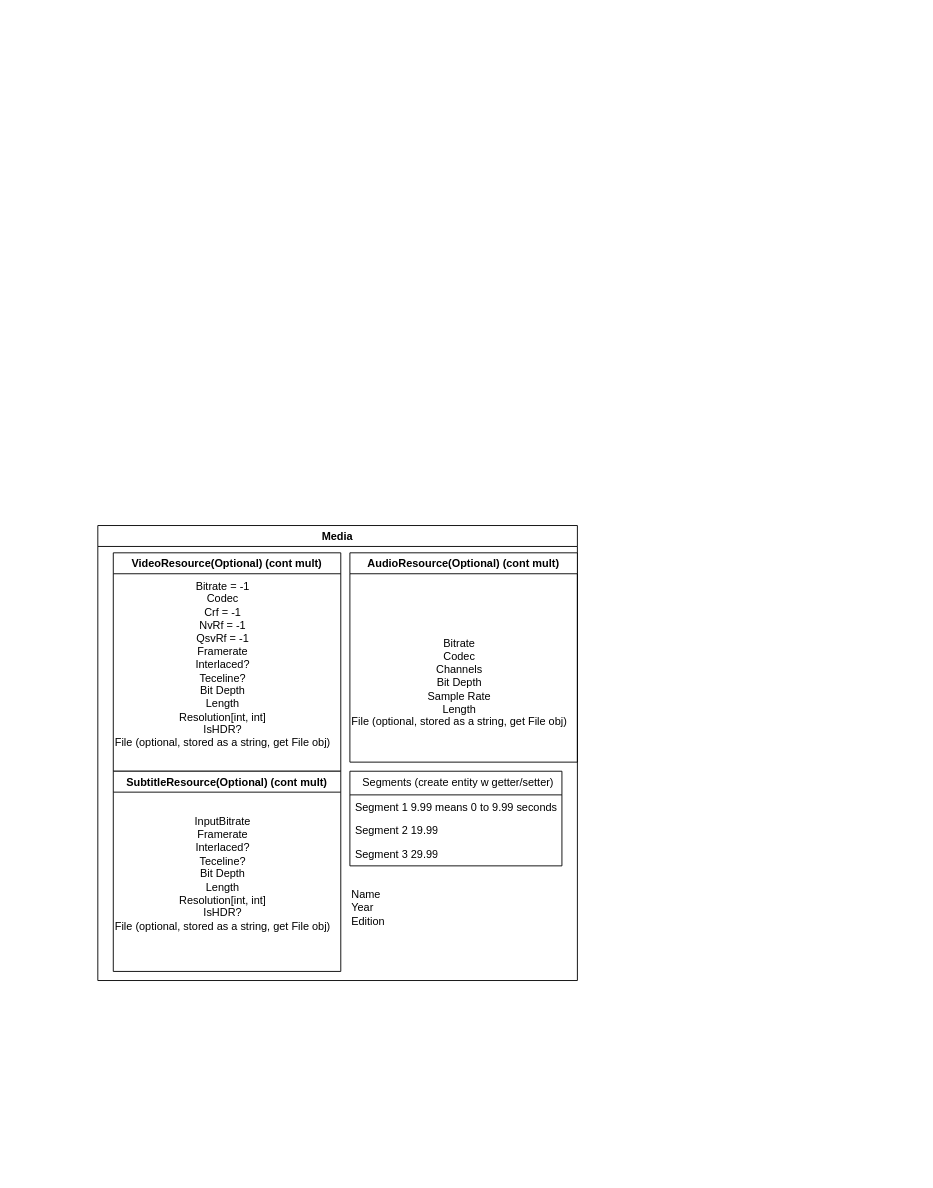
RandomPerson495721/jellyfin-library-manager keeps this draw.io diagram as docs/JPA_Object_Refactor.drawio. Above is the earlier version. Source tidied: cells renumbered, new cells numbered last; positions are measured from the earlier drawing's top-left corner, leaving out a move shared by most shapes. Both pictures are drawn from the tidied source at 91%, with x=0, y=0 at pixel (97, 525).
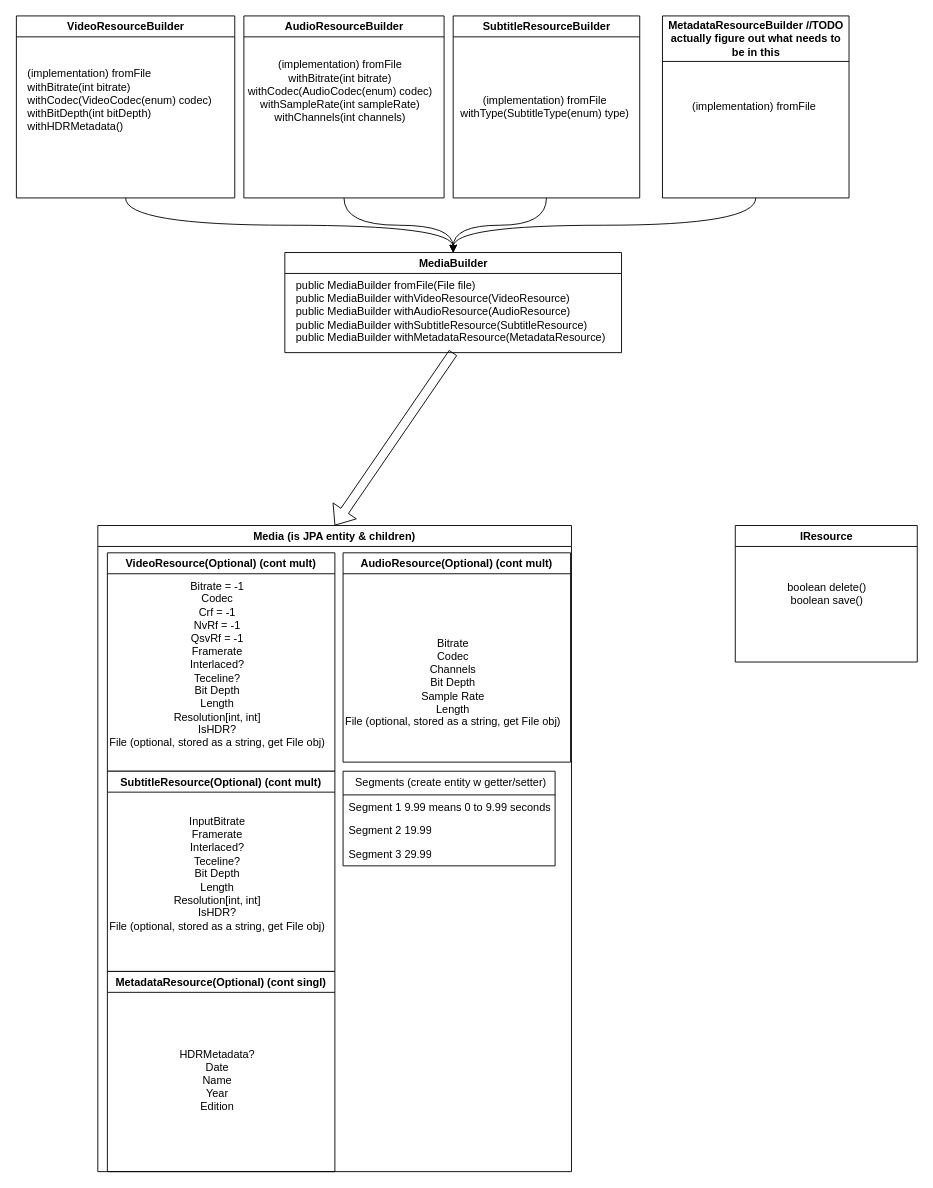
The same diagram, later.

What changed in the source:
```diff
@@
-    <mxCell id="2" value="Media" style="swimlane;perimeterSpacing=0;rounded=0;" parent="1" vertex="1">
-      <mxGeometry width="527" height="500" as="geometry" />
+    <mxCell id="2" value="Media (is JPA entity &amp; children)" style="swimlane;perimeterSpacing=0;rounded=0;" parent="1" vertex="1">
+      <mxGeometry width="520.5" height="710" as="geometry" />
     </mxCell>
     <mxCell id="3" value="VideoResource(Optional) (cont mult)" style="swimlane;" parent="2" vertex="1">
-      <mxGeometry x="17" y="30" width="250" height="240" as="geometry" />
+      <mxGeometry x="10.5" y="30" width="250" height="240" as="geometry" />
     </mxCell>
@@
     <mxCell id="5" value="AudioResource(Optional) (cont mult)" style="swimlane;" parent="2" vertex="1">
-      <mxGeometry x="277" y="30" width="250" height="230" as="geometry" />
+      <mxGeometry x="269.5" y="30" width="250" height="230" as="geometry" />
     </mxCell>
@@
     <mxCell id="7" value="SubtitleResource(Optional) (cont mult)" style="swimlane;" parent="2" vertex="1">
-      <mxGeometry x="17" y="270" width="250" height="220" as="geometry" />
+      <mxGeometry x="10.5" y="270" width="250" height="220" as="geometry" />
     </mxCell>
@@
     <mxCell id="9" value="&amp;nbsp;Segments (create entity w getter/setter)" style="swimlane;fontStyle=0;horizontal=1;startSize=26;fillColor=none;html=1;" parent="2" vertex="1">
-      <mxGeometry x="277" y="270" width="233" height="104" as="geometry" />
+      <mxGeometry x="269.5" y="270" width="233" height="104" as="geometry" />
     </mxCell>
@@
-    <mxCell id="13" value="&lt;div&gt;Name&lt;/div&gt;&lt;div&gt;Year&lt;/div&gt;&lt;div&gt;Edition&lt;br&gt;&lt;/div&gt;" style="text;html=1;align=left;verticalAlign=middle;strokeColor=none;fillColor=none;" parent="2" vertex="1">
-      <mxGeometry x="277" y="390" width="60" height="60" as="geometry" />
-    </mxCell>
+    <mxCell id="14" value="MetadataResource(Optional) (cont singl)" style="swimlane;" parent="2" vertex="1">
+      <mxGeometry x="10.5" y="490" width="250" height="220" as="geometry" />
+    </mxCell>
+    <mxCell id="15" value="&lt;div&gt;HDRMetadata?&lt;/div&gt;&lt;div&gt;Date&lt;/div&gt;&lt;div&gt;Name&lt;/div&gt;&lt;div&gt;Year&lt;/div&gt;&lt;div&gt;Edition&lt;br&gt;&lt;/div&gt;" style="text;html=1;align=center;verticalAlign=middle;strokeColor=none;fillColor=none;" parent="14" vertex="1">
+      <mxGeometry x="65" y="75" width="110" height="90" as="geometry" />
+    </mxCell>
+    <mxCell id="16" value="MediaBuilder" style="swimlane;whiteSpace=wrap;html=1;" parent="1" vertex="1">
+      <mxGeometry x="205.5" y="-300" width="370" height="110" as="geometry" />
+    </mxCell>
+    <mxCell id="17" value="&lt;div&gt;public MediaBuilder fromFile(File file)&lt;/div&gt;&lt;div&gt;public MediaBuilder withVideoResource(VideoResource)&lt;/div&gt;&lt;div&gt;public MediaBuilder withAudioResource(AudioResource)&lt;/div&gt;&lt;div&gt;public MediaBuilder withSubtitleResource(SubtitleResource)&lt;/div&gt;&lt;div&gt;public MediaBuilder withMetadataResource(MetadataResource)&lt;br&gt;&lt;/div&gt;" style="text;html=1;align=left;verticalAlign=middle;strokeColor=none;fillColor=none;" parent="16" vertex="1">
+      <mxGeometry x="10" y="20" width="360" height="90" as="geometry" />
+    </mxCell>
+    <mxCell id="18" style="edgeStyle=orthogonalEdgeStyle;rounded=0;jettySize=auto;html=1;exitX=0.5;exitY=1;exitDx=0;exitDy=0;entryX=0.5;entryY=0;entryDx=0;entryDy=0;curved=1;" parent="1" edge="1" source="19" target="16">
+      <mxGeometry relative="1" as="geometry" />
+    </mxCell>
+    <mxCell id="19" value="VideoResourceBuilder" style="swimlane;whiteSpace=wrap;html=1;" parent="1" vertex="1">
+      <mxGeometry x="-89.5" y="-560" width="240" height="200" as="geometry" />
+    </mxCell>
+    <mxCell id="20" value="&lt;div align=&quot;left&quot;&gt;(implementation) fromFile&lt;/div&gt;&lt;div align=&quot;left&quot;&gt;withBitrate(int bitrate)&lt;/div&gt;&lt;div align=&quot;left&quot;&gt;withCodec(VideoCodec(enum) codec)&lt;/div&gt;&lt;div align=&quot;left&quot;&gt;withBitDepth(int bitDepth)&lt;/div&gt;&lt;div align=&quot;left&quot;&gt;withHDRMetadata()&lt;br&gt;&lt;/div&gt;&lt;div align=&quot;left&quot;&gt;&lt;br&gt;&lt;/div&gt;" style="text;html=1;align=left;verticalAlign=middle;strokeColor=none;fillColor=none;" parent="19" vertex="1">
+      <mxGeometry x="10" y="50" width="230" height="100" as="geometry" />
+    </mxCell>
+    <mxCell id="21" style="edgeStyle=orthogonalEdgeStyle;rounded=0;jettySize=auto;html=1;exitX=0.5;exitY=1;exitDx=0;exitDy=0;entryX=0.5;entryY=0;entryDx=0;entryDy=0;curved=1;" parent="1" edge="1" source="22" target="16">
+      <mxGeometry relative="1" as="geometry" />
+    </mxCell>
+    <mxCell id="22" value="AudioResourceBuilder" style="swimlane;whiteSpace=wrap;html=1;" parent="1" vertex="1">
+      <mxGeometry x="160.5" y="-560" width="220" height="200" as="geometry" />
+    </mxCell>
+    <mxCell id="23" value="&lt;div&gt;(implementation) fromFile&lt;/div&gt;&lt;div&gt;withBitrate(int bitrate)&lt;/div&gt;&lt;div&gt;withCodec(AudioCodec(enum) codec)&lt;br&gt;&lt;/div&gt;&lt;div&gt;withSampleRate(int sampleRate)&lt;/div&gt;&lt;div&gt;withChannels(int channels)&lt;/div&gt;&lt;div&gt;&lt;br&gt;&lt;/div&gt;" style="text;html=1;align=center;verticalAlign=middle;strokeColor=none;fillColor=none;" parent="22" vertex="1">
+      <mxGeometry x="-9.5" y="40" width="230" height="100" as="geometry" />
+    </mxCell>
+    <mxCell id="24" style="edgeStyle=orthogonalEdgeStyle;rounded=0;jettySize=auto;html=1;exitX=0.5;exitY=1;exitDx=0;exitDy=0;entryX=0.5;entryY=0;entryDx=0;entryDy=0;curved=1;" parent="1" edge="1" source="25" target="16">
+      <mxGeometry relative="1" as="geometry" />
+    </mxCell>
+    <mxCell id="25" value="SubtitleResourceBuilder" style="swimlane;whiteSpace=wrap;html=1;" parent="1" vertex="1">
+      <mxGeometry x="390.5" y="-560" width="205" height="200" as="geometry" />
+    </mxCell>
+    <mxCell id="26" value="&lt;div&gt;(implementation) fromFile&lt;/div&gt;&lt;div&gt;withType(SubtitleType(enum) type)&lt;/div&gt;" style="text;html=1;align=center;verticalAlign=middle;strokeColor=none;fillColor=none;" parent="25" vertex="1">
+      <mxGeometry x="-5" y="80" width="210" height="40" as="geometry" />
+    </mxCell>
+    <mxCell id="27" style="shape=flexArrow;endArrow=classic;html=1;rounded=0;exitX=0.5;exitY=1;exitDx=0;exitDy=0;entryX=0.5;entryY=0;entryDx=0;entryDy=0;" parent="1" edge="1" source="16" target="2">
+      <mxGeometry relative="1" as="geometry" />
+    </mxCell>
+    <mxCell id="28" style="edgeStyle=orthogonalEdgeStyle;rounded=0;jettySize=auto;html=1;exitX=0.5;exitY=1;exitDx=0;exitDy=0;entryX=0.5;entryY=0;entryDx=0;entryDy=0;curved=1;" parent="1" edge="1" source="29" target="16">
+      <mxGeometry relative="1" as="geometry" />
+    </mxCell>
+    <mxCell id="29" value="&lt;div&gt;MetadataResourceBuilder //TODO&lt;/div&gt;&lt;div&gt;actually figure out what needs to &lt;br&gt;&lt;/div&gt;&lt;div&gt;be in this&lt;/div&gt;" style="swimlane;whiteSpace=wrap;html=1;startSize=50;" parent="1" vertex="1">
+      <mxGeometry x="620.5" y="-560" width="205" height="200" as="geometry" />
+    </mxCell>
+    <mxCell id="30" value="&lt;div&gt;(implementation) fromFile&lt;/div&gt;" style="text;html=1;align=center;verticalAlign=middle;strokeColor=none;fillColor=none;" parent="29" vertex="1">
+      <mxGeometry x="20" y="85" width="160" height="30" as="geometry" />
+    </mxCell>
+    <mxCell id="31" value="IResource" style="swimlane;whiteSpace=wrap;html=1;" parent="1" vertex="1">
+      <mxGeometry x="700.5" width="200" height="150" as="geometry" />
+    </mxCell>
+    <mxCell id="32" value="&lt;div&gt;boolean delete()&lt;/div&gt;&lt;div&gt;boolean save()&lt;br&gt;&lt;/div&gt;" style="text;html=1;align=center;verticalAlign=middle;strokeColor=none;fillColor=none;" parent="31" vertex="1">
+      <mxGeometry x="45" y="55" width="110" height="40" as="geometry" />
+    </mxCell>
```
